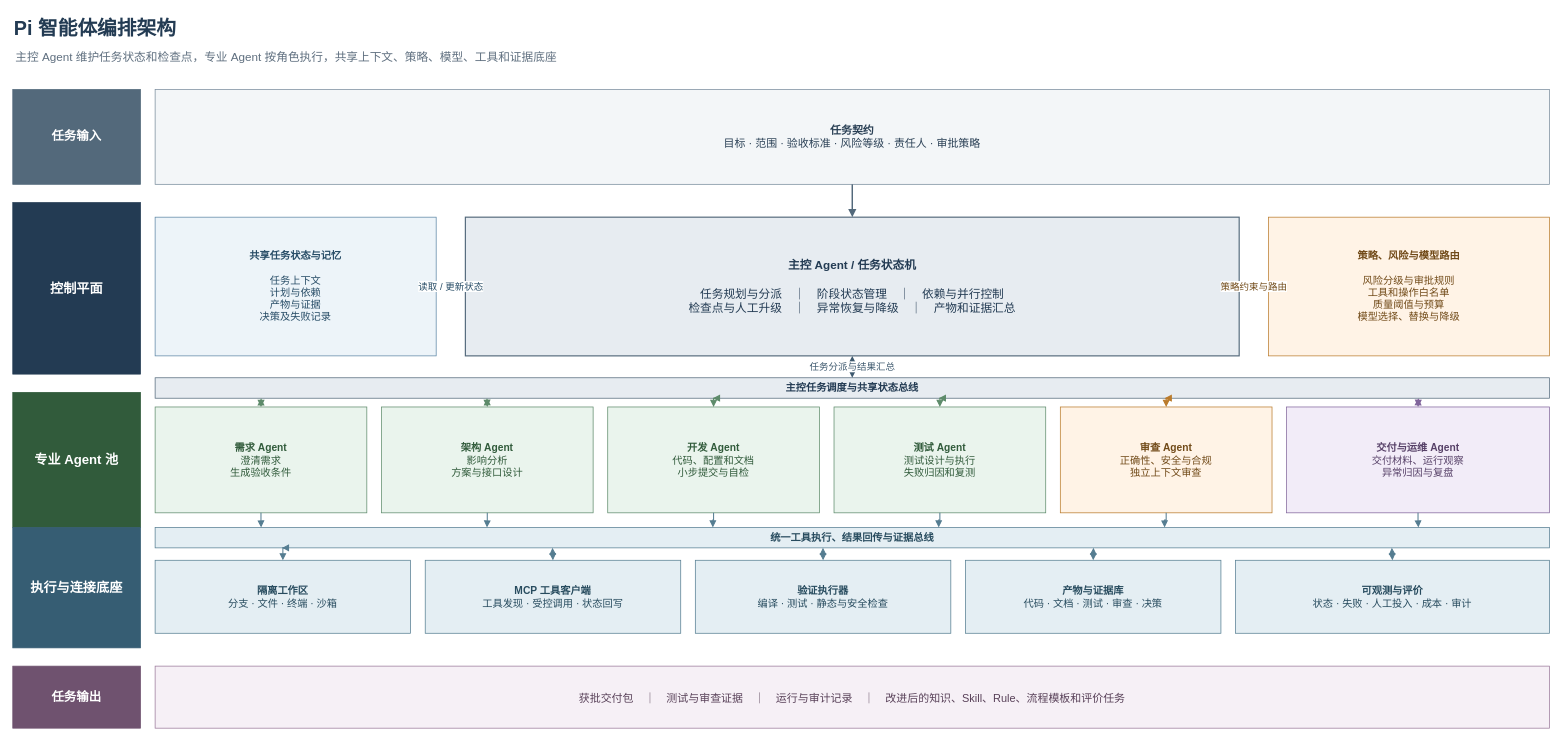
Above: diagrams/current/图7_Pi智能体编排架构.drawio in GeHahahaha/AI-paper (draw.io), before the change. Source tidied: cells renumbered, new cells numbered last; positions are measured from the earlier drawing's top-left corner, leaving out a move shared by most shapes. Both pictures are drawn from the tidied source at 73%, with x=0, y=0 at pixel (12, 12).
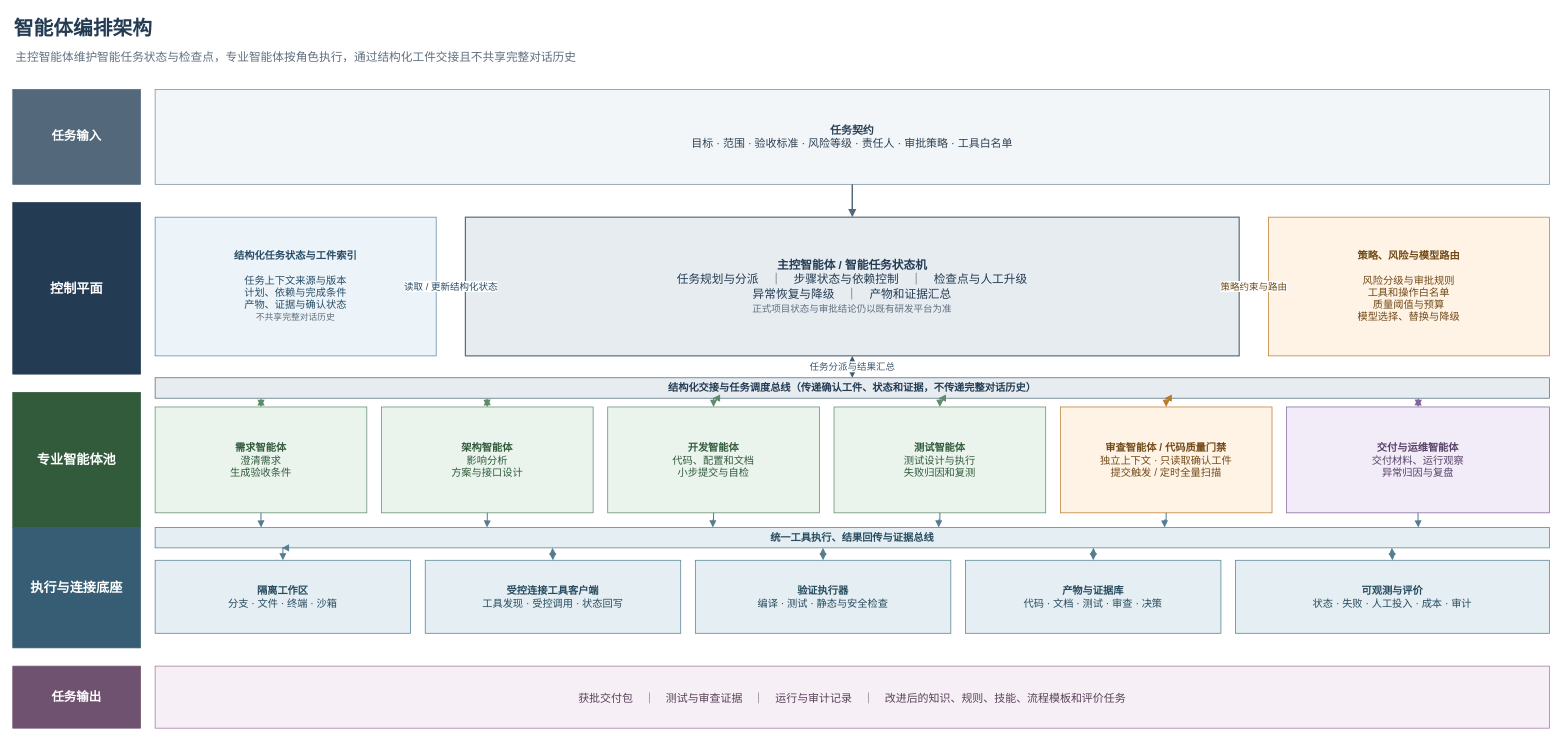
Above is the later version.

The edit, as a diff of the source:
```diff
@@
-    <mxCell id="2" value="Pi 智能体编排架构" style="text;html=1;align=left;verticalAlign=middle;fontFamily=Microsoft YaHei;fontSize=27;fontStyle=1;fontColor=#233B53;" parent="1" vertex="1">
+    <mxCell id="2" value="智能体编排架构" style="text;html=1;align=left;verticalAlign=middle;fontFamily=Microsoft YaHei;fontSize=27;fontStyle=1;fontColor=#233B53;" parent="1" vertex="1">
       <mxGeometry width="700" height="44" as="geometry" />
     </mxCell>
-    <mxCell id="3" value="主控 Agent 维护任务状态和检查点，专业 Agent 按角色执行，共享上下文、策略、模型、工具和证据底座" style="text;html=1;align=left;verticalAlign=middle;fontFamily=Microsoft YaHei;fontSize=16;fontColor=#5F6F7F;" parent="1" vertex="1">
-      <mxGeometry x="2" y="45" width="1600" height="30" as="geometry" />
+    <mxCell id="3" value="主控智能体维护智能任务状态与检查点，专业智能体按角色执行，通过结构化工件交接且不共享完整对话历史" style="text;html=1;align=left;verticalAlign=middle;fontFamily=Microsoft YaHei;fontSize=16;fontColor=#5F6F7F;" parent="1" vertex="1">
+      <mxGeometry x="2" y="45" width="1800" height="30" as="geometry" />
     </mxCell>
@@
-    <mxCell id="5" value="&lt;b&gt;任务契约&lt;/b&gt;&lt;br&gt;目标 · 范围 · 验收标准 · 风险等级 · 责任人 · 审批策略" style="rounded=0;whiteSpace=wrap;html=1;fillColor=#F3F6F8;strokeColor=#788B9C;fontFamily=Microsoft YaHei;fontColor=#2B4156;fontSize=15;align=center;verticalAlign=middle;spacing=12;" parent="1" vertex="1">
+    <mxCell id="5" value="&lt;b&gt;任务契约&lt;/b&gt;&lt;br&gt;目标 · 范围 · 验收标准 · 风险等级 · 责任人 · 审批策略 · 工具白名单" style="rounded=0;whiteSpace=wrap;html=1;fillColor=#F3F6F8;strokeColor=#788B9C;fontFamily=Microsoft YaHei;fontColor=#2B4156;fontSize=15;align=center;verticalAlign=middle;spacing=12;" parent="1" vertex="1">
       <mxGeometry x="195" y="105" width="1910" height="130" as="geometry" />
     </mxCell>
@@
-    <mxCell id="7" value="&lt;b&gt;主控 Agent / 任务状态机&lt;/b&gt;&lt;br&gt;&lt;br&gt;任务规划与分派　｜　阶段状态管理　｜　依赖与并行控制&lt;br&gt;检查点与人工升级　｜　异常恢复与降级　｜　产物和证据汇总" style="rounded=0;whiteSpace=wrap;html=1;fillColor=#E7ECF1;strokeColor=#53697B;strokeWidth=1.6;fontFamily=Microsoft YaHei;fontColor=#233B53;fontSize=16;align=center;verticalAlign=middle;spacing=14;" parent="1" vertex="1">
+    <mxCell id="7" value="&lt;b&gt;主控智能体 / 智能任务状态机&lt;/b&gt;&lt;br&gt;任务规划与分派　｜　步骤状态与依赖控制　｜　检查点与人工升级&lt;br&gt;异常恢复与降级　｜　产物和证据汇总&lt;br&gt;&lt;font style=&quot;font-size:13px;color:#5F6F7F&quot;&gt;正式项目状态与审批结论仍以既有研发平台为准&lt;/font&gt;" style="rounded=0;whiteSpace=wrap;html=1;fillColor=#E7ECF1;strokeColor=#53697B;strokeWidth=1.6;fontFamily=Microsoft YaHei;fontColor=#233B53;fontSize=16;align=center;verticalAlign=middle;spacing=12;" parent="1" vertex="1">
       <mxGeometry x="620" y="280" width="1060" height="190" as="geometry" />
     </mxCell>
-    <mxCell id="8" value="&lt;b&gt;共享任务状态与记忆&lt;/b&gt;&lt;br&gt;&lt;br&gt;任务上下文&lt;br&gt;计划与依赖&lt;br&gt;产物与证据&lt;br&gt;决策及失败记录" style="rounded=0;whiteSpace=wrap;html=1;fillColor=#EDF4F9;strokeColor=#5C86A5;fontFamily=Microsoft YaHei;fontColor=#274C66;fontSize=14;align=center;verticalAlign=middle;" parent="1" vertex="1">
+    <mxCell id="8" value="&lt;b&gt;结构化任务状态与工件索引&lt;/b&gt;&lt;br&gt;&lt;br&gt;任务上下文来源与版本&lt;br&gt;计划、依赖与完成条件&lt;br&gt;产物、证据与确认状态&lt;br&gt;&lt;font style=&quot;font-size:12px;color:#5F6F7F&quot;&gt;不共享完整对话历史&lt;/font&gt;" style="rounded=0;whiteSpace=wrap;html=1;fillColor=#EDF4F9;strokeColor=#5C86A5;fontFamily=Microsoft YaHei;fontColor=#274C66;fontSize=14;align=center;verticalAlign=middle;" parent="1" vertex="1">
       <mxGeometry x="195" y="280" width="385" height="190" as="geometry" />
     </mxCell>
@@
-    <mxCell id="10" value="主控任务调度与共享状态总线" style="rounded=0;whiteSpace=wrap;html=1;fillColor=#E7ECF1;strokeColor=#53697B;fontFamily=Microsoft YaHei;fontColor=#233B53;fontSize=14;fontStyle=1;align=center;verticalAlign=middle;" parent="1" vertex="1">
+    <mxCell id="10" value="结构化交接与任务调度总线（传递确认工件、状态和证据，不传递完整对话历史）" style="rounded=0;whiteSpace=wrap;html=1;fillColor=#E7ECF1;strokeColor=#53697B;fontFamily=Microsoft YaHei;fontColor=#233B53;fontSize=14;fontStyle=1;align=center;verticalAlign=middle;" parent="1" vertex="1">
       <mxGeometry x="195" y="500" width="1910" height="28" as="geometry" />
     </mxCell>
-    <mxCell id="11" value="专业 Agent 池" style="rounded=0;whiteSpace=wrap;html=1;fillColor=#315B3B;strokeColor=#315B3B;fontFamily=Microsoft YaHei;fontColor=#FFFFFF;fontSize=18;fontStyle=1;align=center;verticalAlign=middle;" parent="1" vertex="1">
+    <mxCell id="11" value="专业智能体池" style="rounded=0;whiteSpace=wrap;html=1;fillColor=#315B3B;strokeColor=#315B3B;fontFamily=Microsoft YaHei;fontColor=#FFFFFF;fontSize=18;fontStyle=1;align=center;verticalAlign=middle;" parent="1" vertex="1">
       <mxGeometry y="520" width="175" height="185" as="geometry" />
     </mxCell>
-    <mxCell id="12" value="&lt;b&gt;需求 Agent&lt;/b&gt;&lt;br&gt;澄清需求&lt;br&gt;生成验收条件" style="rounded=0;whiteSpace=wrap;html=1;fillColor=#EAF4ED;strokeColor=#5E8B6B;fontFamily=Microsoft YaHei;fontColor=#315B3B;fontSize=14;align=center;verticalAlign=middle;" parent="1" vertex="1">
+    <mxCell id="12" value="&lt;b&gt;需求智能体&lt;/b&gt;&lt;br&gt;澄清需求&lt;br&gt;生成验收条件" style="rounded=0;whiteSpace=wrap;html=1;fillColor=#EAF4ED;strokeColor=#5E8B6B;fontFamily=Microsoft YaHei;fontColor=#315B3B;fontSize=14;align=center;verticalAlign=middle;" parent="1" vertex="1">
       <mxGeometry x="195" y="540" width="290" height="145" as="geometry" />
     </mxCell>
-    <mxCell id="13" value="&lt;b&gt;架构 Agent&lt;/b&gt;&lt;br&gt;影响分析&lt;br&gt;方案与接口设计" style="rounded=0;whiteSpace=wrap;html=1;fillColor=#EAF4ED;strokeColor=#5E8B6B;fontFamily=Microsoft YaHei;fontColor=#315B3B;fontSize=14;align=center;verticalAlign=middle;" parent="1" vertex="1">
+    <mxCell id="13" value="&lt;b&gt;架构智能体&lt;/b&gt;&lt;br&gt;影响分析&lt;br&gt;方案与接口设计" style="rounded=0;whiteSpace=wrap;html=1;fillColor=#EAF4ED;strokeColor=#5E8B6B;fontFamily=Microsoft YaHei;fontColor=#315B3B;fontSize=14;align=center;verticalAlign=middle;" parent="1" vertex="1">
       <mxGeometry x="505" y="540" width="290" height="145" as="geometry" />
     </mxCell>
-    <mxCell id="14" value="&lt;b&gt;开发 Agent&lt;/b&gt;&lt;br&gt;代码、配置和文档&lt;br&gt;小步提交与自检" style="rounded=0;whiteSpace=wrap;html=1;fillColor=#EAF4ED;strokeColor=#5E8B6B;fontFamily=Microsoft YaHei;fontColor=#315B3B;fontSize=14;align=center;verticalAlign=middle;" parent="1" vertex="1">
+    <mxCell id="14" value="&lt;b&gt;开发智能体&lt;/b&gt;&lt;br&gt;代码、配置和文档&lt;br&gt;小步提交与自检" style="rounded=0;whiteSpace=wrap;html=1;fillColor=#EAF4ED;strokeColor=#5E8B6B;fontFamily=Microsoft YaHei;fontColor=#315B3B;fontSize=14;align=center;verticalAlign=middle;" parent="1" vertex="1">
       <mxGeometry x="815" y="540" width="290" height="145" as="geometry" />
     </mxCell>
-    <mxCell id="15" value="&lt;b&gt;测试 Agent&lt;/b&gt;&lt;br&gt;测试设计与执行&lt;br&gt;失败归因和复测" style="rounded=0;whiteSpace=wrap;html=1;fillColor=#EAF4ED;strokeColor=#5E8B6B;fontFamily=Microsoft YaHei;fontColor=#315B3B;fontSize=14;align=center;verticalAlign=middle;" parent="1" vertex="1">
+    <mxCell id="15" value="&lt;b&gt;测试智能体&lt;/b&gt;&lt;br&gt;测试设计与执行&lt;br&gt;失败归因和复测" style="rounded=0;whiteSpace=wrap;html=1;fillColor=#EAF4ED;strokeColor=#5E8B6B;fontFamily=Microsoft YaHei;fontColor=#315B3B;fontSize=14;align=center;verticalAlign=middle;" parent="1" vertex="1">
       <mxGeometry x="1125" y="540" width="290" height="145" as="geometry" />
     </mxCell>
-    <mxCell id="16" value="&lt;b&gt;审查 Agent&lt;/b&gt;&lt;br&gt;正确性、安全与合规&lt;br&gt;独立上下文审查" style="rounded=0;whiteSpace=wrap;html=1;fillColor=#FFF3E6;strokeColor=#BA7B2C;fontFamily=Microsoft YaHei;fontColor=#714A18;fontSize=14;align=center;verticalAlign=middle;" parent="1" vertex="1">
+    <mxCell id="16" value="&lt;b&gt;审查智能体 / 代码质量门禁&lt;/b&gt;&lt;br&gt;独立上下文 · 只读取确认工件&lt;br&gt;提交触发 / 定时全量扫描" style="rounded=0;whiteSpace=wrap;html=1;fillColor=#FFF3E6;strokeColor=#BA7B2C;fontFamily=Microsoft YaHei;fontColor=#714A18;fontSize=14;align=center;verticalAlign=middle;" parent="1" vertex="1">
       <mxGeometry x="1435" y="540" width="290" height="145" as="geometry" />
     </mxCell>
-    <mxCell id="17" value="&lt;b&gt;交付与运维 Agent&lt;/b&gt;&lt;br&gt;交付材料、运行观察&lt;br&gt;异常归因与复盘" style="rounded=0;whiteSpace=wrap;html=1;fillColor=#F2ECF8;strokeColor=#80659B;fontFamily=Microsoft YaHei;fontColor=#574168;fontSize=14;align=center;verticalAlign=middle;" parent="1" vertex="1">
+    <mxCell id="17" value="&lt;b&gt;交付与运维智能体&lt;/b&gt;&lt;br&gt;交付材料、运行观察&lt;br&gt;异常归因与复盘" style="rounded=0;whiteSpace=wrap;html=1;fillColor=#F2ECF8;strokeColor=#80659B;fontFamily=Microsoft YaHei;fontColor=#574168;fontSize=14;align=center;verticalAlign=middle;" parent="1" vertex="1">
       <mxGeometry x="1745" y="540" width="360" height="145" as="geometry" />
     </mxCell>
@@
-    <mxCell id="19" value="读取 / 更新状态" style="edgeStyle=orthogonalEdgeStyle;rounded=0;html=1;strokeColor=#5C86A5;strokeWidth=1.8;endArrow=block;endFill=1;startArrow=block;startFill=1;exitX=1;exitY=0.5;entryX=0;entryY=0.5;fontFamily=Microsoft YaHei;fontColor=#274C66;fontSize=13;labelBackgroundColor=#FFFFFF;" parent="1" edge="1" source="8" target="7">
+    <mxCell id="19" value="读取 / 更新结构化状态" style="edgeStyle=orthogonalEdgeStyle;rounded=0;html=1;strokeColor=#5C86A5;strokeWidth=1.8;endArrow=block;endFill=1;startArrow=block;startFill=1;exitX=1;exitY=0.5;entryX=0;entryY=0.5;fontFamily=Microsoft YaHei;fontColor=#274C66;fontSize=13;labelBackgroundColor=#FFFFFF;" parent="1" edge="1" source="8" target="7">
       <mxGeometry relative="1" as="geometry" />
     </mxCell>
@@
-    <mxCell id="31" value="&lt;b&gt;MCP 工具客户端&lt;/b&gt;&lt;br&gt;工具发现 · 受控调用 · 状态回写" style="rounded=0;whiteSpace=wrap;html=1;fillColor=#E4EEF3;strokeColor=#557D91;fontFamily=Microsoft YaHei;fontColor=#274B5E;fontSize=14;align=center;verticalAlign=middle;" parent="1" vertex="1">
+    <mxCell id="31" value="&lt;b&gt;受控连接工具客户端&lt;/b&gt;&lt;br&gt;工具发现 · 受控调用 · 状态回写" style="rounded=0;whiteSpace=wrap;html=1;fillColor=#E4EEF3;strokeColor=#557D91;fontFamily=Microsoft YaHei;fontColor=#274B5E;fontSize=14;align=center;verticalAlign=middle;" parent="1" vertex="1">
       <mxGeometry x="565" y="750" width="350" height="100" as="geometry" />
     </mxCell>
@@
-    <mxCell id="47" value="获批交付包　｜　测试与审查证据　｜　运行与审计记录　｜　改进后的知识、Skill、Rule、流程模板和评价任务" style="rounded=0;whiteSpace=wrap;html=1;fillColor=#F6F0F6;strokeColor=#9A789A;fontFamily=Microsoft YaHei;fontColor=#584058;fontSize=15;align=center;verticalAlign=middle;" parent="1" vertex="1">
+    <mxCell id="47" value="获批交付包　｜　测试与审查证据　｜　运行与审计记录　｜　改进后的知识、规则、技能、流程模板和评价任务" style="rounded=0;whiteSpace=wrap;html=1;fillColor=#F6F0F6;strokeColor=#9A789A;fontFamily=Microsoft YaHei;fontColor=#584058;fontSize=15;align=center;verticalAlign=middle;" parent="1" vertex="1">
       <mxGeometry x="195" y="895" width="1910" height="85" as="geometry" />
     </mxCell>
```
